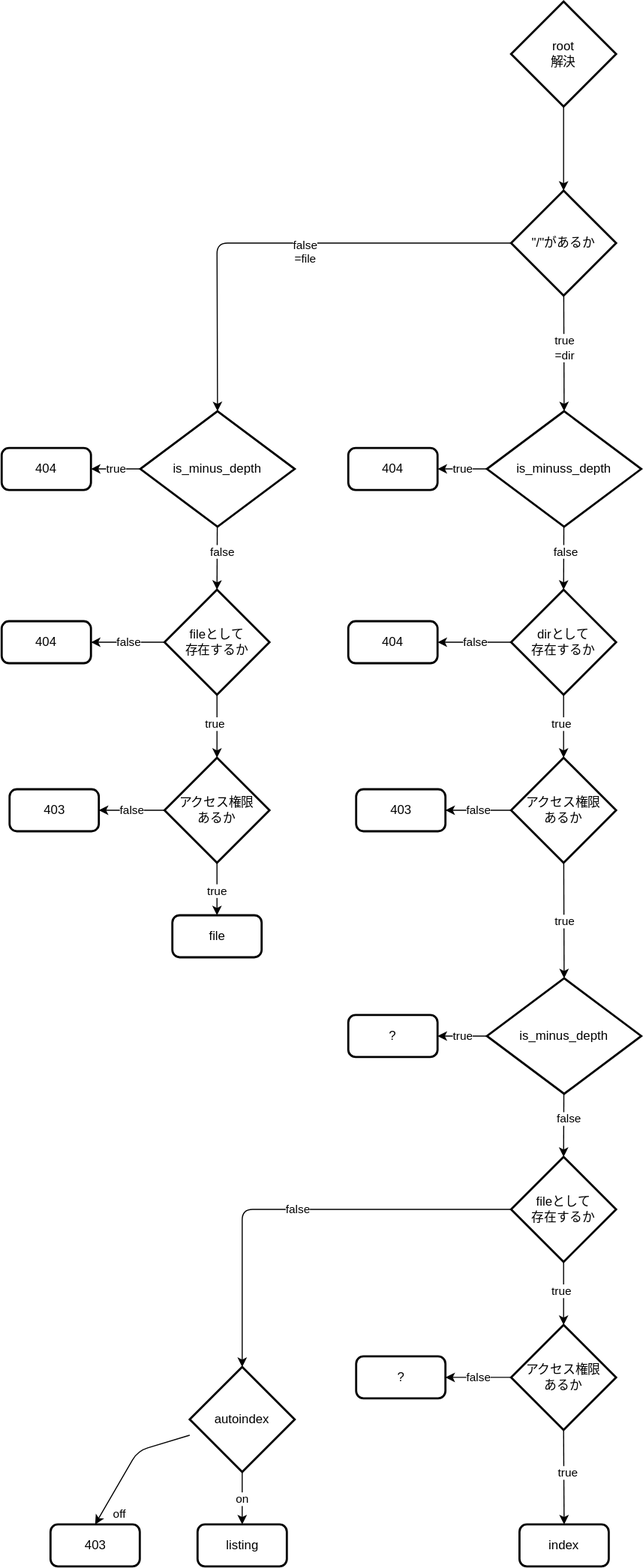
This is drawing/autoindex.drawio.svg from kohkubo/webserv, a draw.io export, as it was before one commit. Source tidied: cells renumbered, new cells last; positions are measured from the earlier drawing's top-left corner, leaving out a move shared by most shapes.
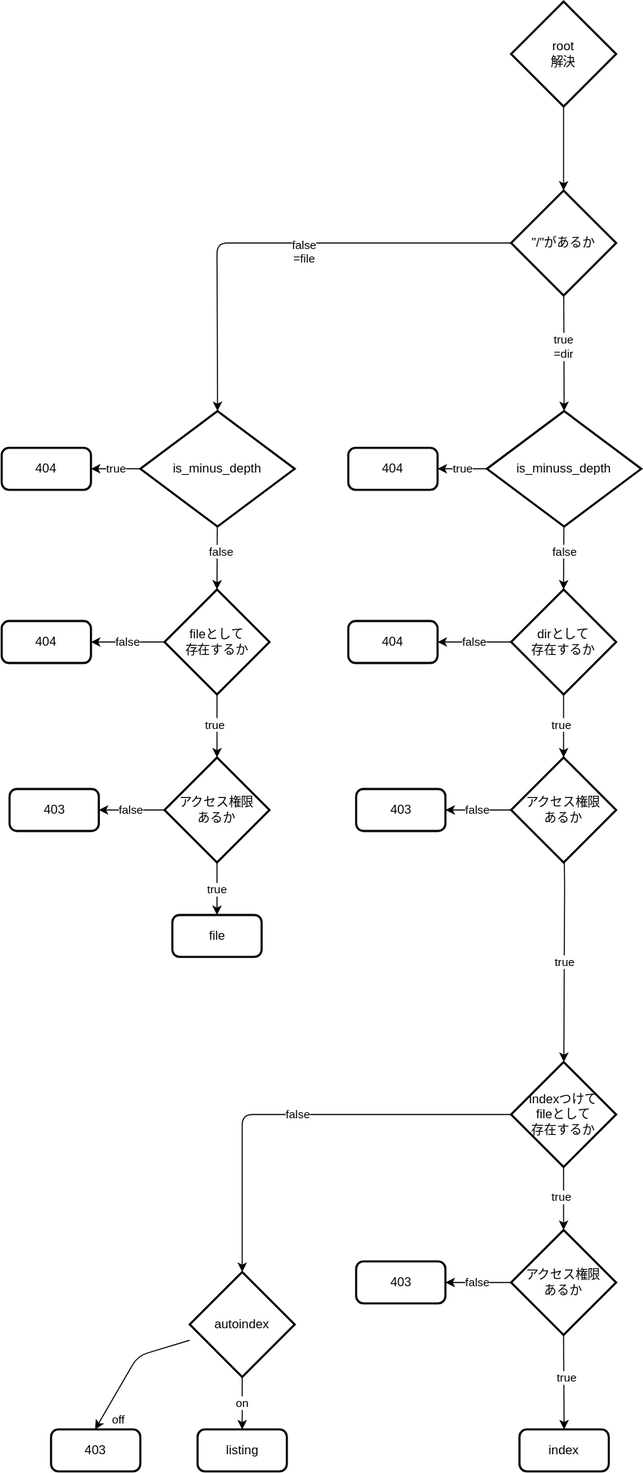
The same diagram one commit later.

Change to the diagram source:
```diff
@@ -30,10 +30,11 @@
     <mxCell id="9" value="on" style="edgeStyle=none;html=1;entryX=0.5;entryY=0;entryDx=0;entryDy=0;" parent="1" edge="1" source="12" target="13">
       <mxGeometry relative="1" as="geometry" />
     </mxCell>
-    <mxCell id="10" style="edgeStyle=none;html=1;entryX=0.5;entryY=0;entryDx=0;entryDy=0;" parent="1" edge="1" source="12" target="14">
+    <mxCell id="10" style="edgeStyle=none;html=1;entryX=0.5;entryY=0;entryDx=0;entryDy=0;" parent="1" edge="1" source="12">
       <mxGeometry relative="1" as="geometry">
+        <mxPoint x="89" y="1360" as="targetPoint" />
         <Array as="points">
-          <mxPoint x="129.5" y="1380" />
+          <mxPoint x="129.5" y="1290" />
         </Array>
       </mxGeometry>
     </mxCell>
@@ -43,16 +44,16 @@
       </mxGeometry>
     </mxCell>
     <mxCell id="12" value="autoindex" style="strokeWidth=2;html=1;shape=mxgraph.flowchart.decision;whiteSpace=wrap;" parent="1" vertex="1">
-      <mxGeometry x="179" y="1300" width="100" height="100" as="geometry" />
+      <mxGeometry x="179" y="1210" width="100" height="100" as="geometry" />
     </mxCell>
     <mxCell id="13" value="listing" style="rounded=1;whiteSpace=wrap;html=1;absoluteArcSize=1;arcSize=14;strokeWidth=2;" parent="1" vertex="1">
-      <mxGeometry x="186.5" y="1450" width="85" height="40" as="geometry" />
+      <mxGeometry x="186.5" y="1360" width="85" height="40" as="geometry" />
     </mxCell>
     <mxCell id="14" value="403" style="rounded=1;whiteSpace=wrap;html=1;absoluteArcSize=1;arcSize=14;strokeWidth=2;" parent="1" vertex="1">
-      <mxGeometry x="46.5" y="1450" width="85" height="40" as="geometry" />
+      <mxGeometry x="47" y="1360" width="85" height="40" as="geometry" />
     </mxCell>
     <mxCell id="15" value="index" style="rounded=1;whiteSpace=wrap;html=1;absoluteArcSize=1;arcSize=14;strokeWidth=2;" parent="1" vertex="1">
-      <mxGeometry x="493" y="1450" width="85" height="40" as="geometry" />
+      <mxGeometry x="493" y="1360" width="85" height="40" as="geometry" />
     </mxCell>
     <mxCell id="16" style="edgeStyle=none;html=1;entryX=0.5;entryY=0;entryDx=0;entryDy=0;entryPerimeter=0;" parent="1" edge="1" source="17" target="6">
       <mxGeometry relative="1" as="geometry" />
@@ -77,12 +78,13 @@
     <mxCell id="22" value="404" style="rounded=1;whiteSpace=wrap;html=1;absoluteArcSize=1;arcSize=14;strokeWidth=2;" parent="1" vertex="1">
       <mxGeometry x="330" y="590" width="85" height="40" as="geometry" />
     </mxCell>
-    <mxCell id="23" style="edgeStyle=none;html=1;entryX=0.5;entryY=0;entryDx=0;entryDy=0;entryPerimeter=0;" parent="1" edge="1" source="26" target="59">
-      <mxGeometry relative="1" as="geometry" />
+    <mxCell id="23" value="true" style="edgeStyle=none;html=1;" parent="1" edge="1" source="26" target="52">
+      <mxGeometry relative="1" as="geometry">
+        <Array as="points">
+          <mxPoint x="536" y="840" />
+        </Array>
+      </mxGeometry>
     </mxCell>
-    <mxCell id="24" value="true" style="edgeLabel;html=1;align=center;verticalAlign=middle;" parent="23" vertex="1">
-      <mxGeometry y="-1" relative="1" as="geometry" />
-    </mxCell>
     <mxCell id="25" value="false" style="edgeStyle=none;html=1;entryX=1;entryY=0.5;entryDx=0;entryDy=0;" parent="1" edge="1" source="26" target="27">
       <mxGeometry relative="1" as="geometry" />
     </mxCell>
@@ -170,36 +172,21 @@
     <mxCell id="51" value="false" style="edgeStyle=none;html=1;entryX=0.5;entryY=0;entryDx=0;entryDy=0;entryPerimeter=0;" parent="1" edge="1" source="52" target="12">
       <mxGeometry relative="1" as="geometry">
         <Array as="points">
-          <mxPoint x="229" y="1150" />
+          <mxPoint x="229" y="1060" />
         </Array>
       </mxGeometry>
     </mxCell>
-    <mxCell id="52" value="fileとして&lt;br&gt;存在するか" style="strokeWidth=2;html=1;shape=mxgraph.flowchart.decision;whiteSpace=wrap;" parent="1" vertex="1">
-      <mxGeometry x="485" y="1100" width="100" height="100" as="geometry" />
+    <mxCell id="52" value="indexつけて&lt;br&gt;fileとして&lt;br&gt;存在するか" style="strokeWidth=2;html=1;shape=mxgraph.flowchart.decision;whiteSpace=wrap;" parent="1" vertex="1">
+      <mxGeometry x="485" y="1010" width="100" height="100" as="geometry" />
     </mxCell>
     <mxCell id="53" value="false" style="edgeStyle=none;html=1;entryX=1;entryY=0.5;entryDx=0;entryDy=0;" parent="1" edge="1" source="54" target="55">
       <mxGeometry relative="1" as="geometry" />
     </mxCell>
     <mxCell id="54" value="アクセス権限&lt;br&gt;あるか" style="strokeWidth=2;html=1;shape=mxgraph.flowchart.decision;whiteSpace=wrap;" parent="1" vertex="1">
-      <mxGeometry x="485" y="1260" width="100" height="100" as="geometry" />
+      <mxGeometry x="485" y="1170" width="100" height="100" as="geometry" />
     </mxCell>
-    <mxCell id="55" value="?" style="rounded=1;whiteSpace=wrap;html=1;absoluteArcSize=1;arcSize=14;strokeWidth=2;" parent="1" vertex="1">
-      <mxGeometry x="337.5" y="1290" width="85" height="40" as="geometry" />
+    <mxCell id="55" value="403" style="rounded=1;whiteSpace=wrap;html=1;absoluteArcSize=1;arcSize=14;strokeWidth=2;" parent="1" vertex="1">
+      <mxGeometry x="337.5" y="1200" width="85" height="40" as="geometry" />
     </mxCell>
-    <mxCell id="56" value="true" style="edgeStyle=none;html=1;entryX=1;entryY=0.5;entryDx=0;entryDy=0;" parent="1" edge="1" source="59" target="60">
-      <mxGeometry relative="1" as="geometry" />
-    </mxCell>
-    <mxCell id="57" style="edgeStyle=none;html=1;entryX=0.5;entryY=0;entryDx=0;entryDy=0;entryPerimeter=0;" parent="1" edge="1" source="59" target="52">
-      <mxGeometry relative="1" as="geometry" />
-    </mxCell>
-    <mxCell id="58" value="false" style="edgeLabel;html=1;align=center;verticalAlign=middle;" parent="57" vertex="1">
-      <mxGeometry x="-0.24" y="3" relative="1" as="geometry" />
-    </mxCell>
-    <mxCell id="59" value="is_minus_depth" style="strokeWidth=2;html=1;shape=mxgraph.flowchart.decision;whiteSpace=wrap;" parent="1" vertex="1">
-      <mxGeometry x="462" y="930" width="147" height="110" as="geometry" />
-    </mxCell>
-    <mxCell id="60" value="?" style="rounded=1;whiteSpace=wrap;html=1;absoluteArcSize=1;arcSize=14;strokeWidth=2;" parent="1" vertex="1">
-      <mxGeometry x="330" y="965" width="85" height="40" as="geometry" />
-    </mxCell>
   </root>
 </mxGraphModel>
```
